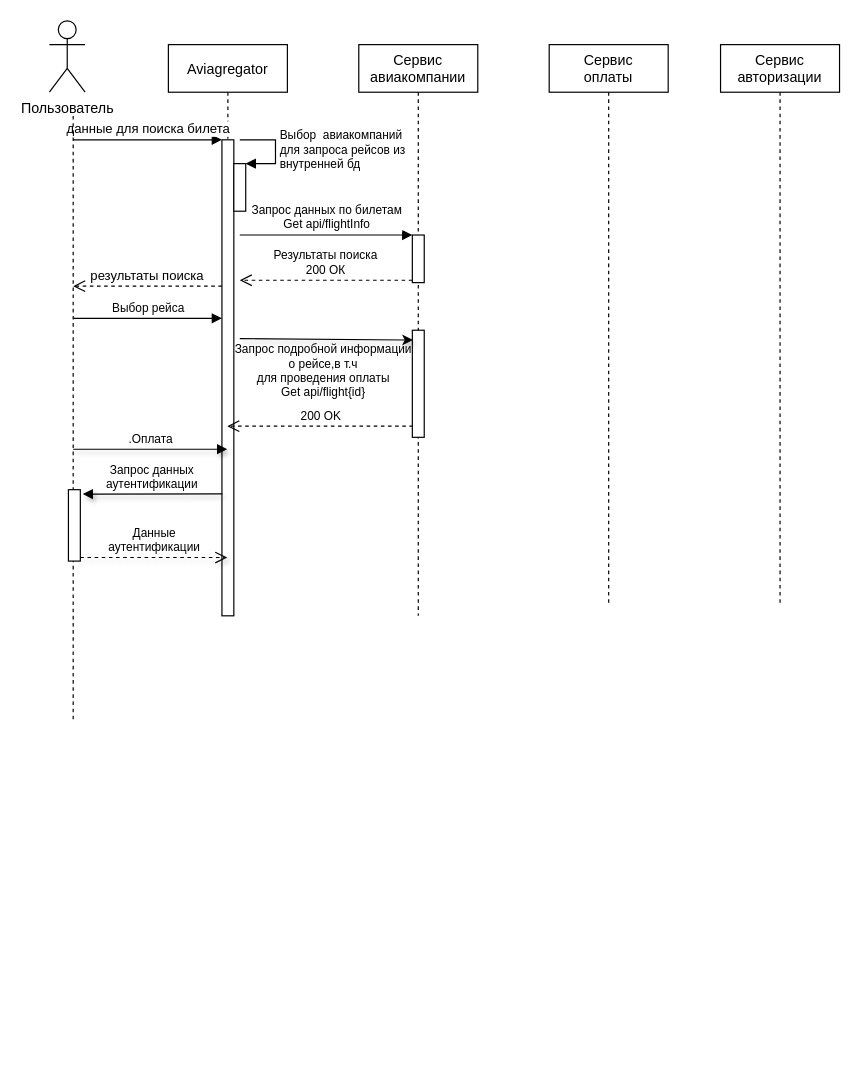
itsatothez/drawio keeps this draw.io diagram as Sequence 1.drawio. Above is the earlier version. Source tidied: cells renumbered, new cells numbered last; positions are measured from the earlier drawing's top-left corner, leaving out a move shared by most shapes. Both pictures are drawn from the tidied source at 119%, with x=0, y=0 at pixel (49, 20).
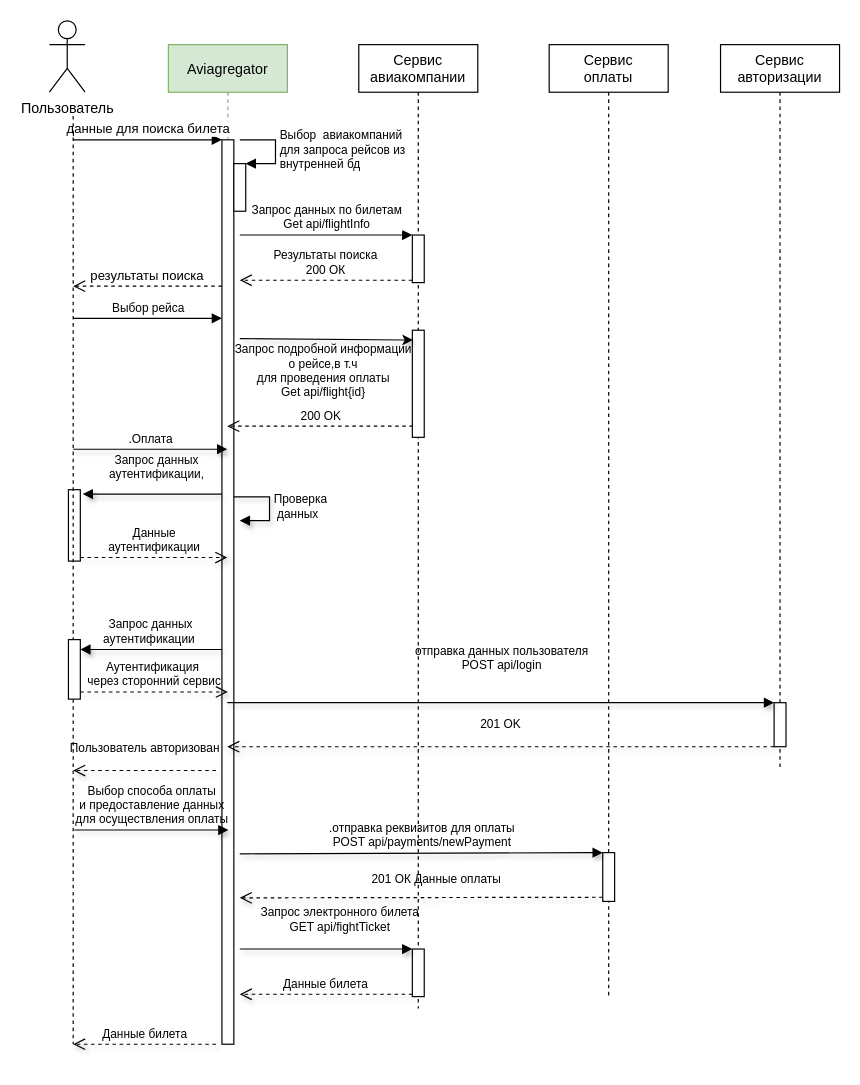
The same page after the edit.

The change refers to these unchanged cells:
```xml
<mxCell id="19" style="html=1;points=[];perimeter=orthogonalPerimeter;fontSize=10;" parent="1" vertex="1">
  <mxGeometry x="16" y="394" width="10" height="60" as="geometry" />
</mxCell>
```

Diff of the diagram source:
```diff
@@
-    <mxCell id="2" value="Aviagregator" style="shape=umlLifeline;perimeter=lifelinePerimeter;rounded=0;shadow=0;strokeWidth=1;" parent="1" vertex="1">
-      <mxGeometry x="100" y="20" width="100" height="480" as="geometry" />
+    <mxCell id="2" value="Aviagregator" style="shape=umlLifeline;perimeter=lifelinePerimeter;rounded=0;shadow=0;strokeWidth=1;fillColor=#d5e8d4;strokeColor=#82b366;" parent="1" vertex="1">
+      <mxGeometry x="100" y="20" width="100" height="840" as="geometry" />
     </mxCell>
     <mxCell id="3" style="html=1;points=[];perimeter=orthogonalPerimeter;" parent="2" vertex="1">
-      <mxGeometry x="45" y="80" width="10" height="400" as="geometry" />
+      <mxGeometry x="45" y="80" width="10" height="760" as="geometry" />
     </mxCell>
@@
+    <mxCell id="24" value="Проверка&amp;nbsp;&lt;br&gt;&amp;nbsp;данных" style="edgeStyle=orthogonalEdgeStyle;html=1;align=left;spacingLeft=2;endArrow=block;rounded=0;entryX=1;entryY=0;shadow=1;labelBackgroundColor=none;sketch=0;fontSize=10;" parent="2" edge="1">
+      <mxGeometry relative="1" as="geometry">
+        <mxPoint x="55" y="380" as="sourcePoint" />
+        <mxPoint x="60" y="400" as="targetPoint" />
+        <Array as="points">
+          <mxPoint x="85" y="380" />
+        </Array>
+      </mxGeometry>
+    </mxCell>
     <mxCell id="9" value="Сервис&#10;оплаты" style="shape=umlLifeline;perimeter=lifelinePerimeter;rounded=0;shadow=0;strokeWidth=1;" parent="1" vertex="1">
-      <mxGeometry x="420" y="20" width="100" height="470" as="geometry" />
+      <mxGeometry x="420" y="20" width="100" height="800" as="geometry" />
     </mxCell>
+    <mxCell id="25" style="html=1;points=[];perimeter=orthogonalPerimeter;fontSize=10;" parent="9" vertex="1">
+      <mxGeometry x="45" y="679" width="10" height="41" as="geometry" />
+    </mxCell>
+    <mxCell id="26" value=".отправка реквизитов для оплаты&lt;br&gt;POST api/payments/newPayment" style="html=1;verticalAlign=bottom;endArrow=block;entryX=0;entryY=0;rounded=0;shadow=1;labelBackgroundColor=none;sketch=0;fontSize=10;" parent="9" edge="1" target="25">
+      <mxGeometry relative="1" as="geometry">
+        <mxPoint x="-260" y="680" as="sourcePoint" />
+        <Array as="points">
+          <mxPoint x="-260" y="680" />
+        </Array>
+      </mxGeometry>
+    </mxCell>
     <mxCell id="10" value="Сервис &#10;авиакомпании" style="shape=umlLifeline;perimeter=lifelinePerimeter;rounded=0;shadow=0;strokeWidth=1;" parent="1" vertex="1">
-      <mxGeometry x="260" y="20" width="100" height="480" as="geometry" />
+      <mxGeometry x="260" y="20" width="100" height="810" as="geometry" />
     </mxCell>
@@
+    <mxCell id="27" style="html=1;points=[];perimeter=orthogonalPerimeter;fontSize=10;" parent="10" vertex="1">
+      <mxGeometry x="45" y="760" width="10" height="40" as="geometry" />
+    </mxCell>
@@
-    <mxCell id="14" style="endArrow=none;dashed=1;endFill=0;html=1;rounded=0;" parent="1" edge="1">
+    <mxCell id="14" style="endArrow=none;dashed=1;endFill=0;html=1;rounded=0;startArrow=none;" parent="1" edge="1" source="31">
       <mxGeometry relative="1" as="geometry">
-        <mxPoint x="20" y="80" as="sourcePoint" />
-        <mxPoint x="20" y="590" as="targetPoint" />
+        <mxPoint x="20" y="860" as="targetPoint" />
       </mxGeometry>
     </mxCell>
@@
-    <mxCell id="20" value="Запрос данных&lt;br&gt;аутентификации" style="html=1;verticalAlign=bottom;endArrow=block;entryX=1.2;entryY=0.061;rounded=0;shadow=1;labelBackgroundColor=none;sketch=0;fontSize=10;entryDx=0;entryDy=0;entryPerimeter=0;exitX=0.033;exitY=0.744;exitDx=0;exitDy=0;exitPerimeter=0;" parent="1" edge="1" source="3" target="19">
-      <mxGeometry relative="1" as="geometry" />
+    <mxCell id="20" value="Запрос данных&lt;br&gt;аутентификации," style="html=1;verticalAlign=bottom;endArrow=block;entryX=1.2;entryY=0.061;rounded=0;shadow=1;labelBackgroundColor=none;sketch=0;fontSize=10;entryDx=0;entryDy=0;entryPerimeter=0;" parent="1" edge="1" source="3" target="19">
+      <mxGeometry x="-0.06" y="-8" relative="1" as="geometry" />
     </mxCell>
@@
     <mxCell id="22" value="Сервис &#10;авторизации" style="shape=umlLifeline;perimeter=lifelinePerimeter;rounded=0;shadow=0;strokeWidth=1;" parent="1" vertex="1">
-      <mxGeometry x="564" y="20" width="100" height="470" as="geometry" />
+      <mxGeometry x="564" y="20" width="100" height="610" as="geometry" />
     </mxCell>
+    <mxCell id="28" style="html=1;points=[];perimeter=orthogonalPerimeter;fontSize=10;" parent="22" vertex="1">
+      <mxGeometry x="45" y="553" width="10" height="37" as="geometry" />
+    </mxCell>
+    <mxCell id="29" value="201 OK" style="html=1;verticalAlign=bottom;endArrow=open;dashed=1;endSize=8;exitX=0;exitY=0.95;rounded=0;shadow=1;labelBackgroundColor=none;sketch=0;fontSize=10;" parent="22" edge="1" target="2">
+      <mxGeometry y="-10" relative="1" as="geometry">
+        <mxPoint x="45" y="590" as="sourcePoint" />
+      </mxGeometry>
+    </mxCell>
@@
+    <mxCell id="30" value="Запрос данных&lt;br&gt;аутентификации&amp;nbsp;" style="html=1;verticalAlign=bottom;endArrow=block;rounded=0;shadow=1;labelBackgroundColor=none;sketch=0;fontSize=10;exitX=0.033;exitY=0.885;exitDx=0;exitDy=0;exitPerimeter=0;" parent="1" edge="1">
+      <mxGeometry relative="1" as="geometry">
+        <mxPoint x="145.3" y="528.3" as="sourcePoint" />
+        <mxPoint x="26" y="528.3" as="targetPoint" />
+      </mxGeometry>
+    </mxCell>
+    <mxCell id="31" style="html=1;points=[];perimeter=orthogonalPerimeter;fontSize=10;" parent="1" vertex="1">
+      <mxGeometry x="16" y="520" width="10" height="50" as="geometry" />
+    </mxCell>
+    <mxCell id="32" value="Аутентификация&amp;nbsp;&lt;br&gt;через сторонний сервис" style="html=1;verticalAlign=bottom;endArrow=open;dashed=1;endSize=8;rounded=0;shadow=1;labelBackgroundColor=none;sketch=0;fontSize=10;" parent="1" edge="1">
+      <mxGeometry relative="1" as="geometry">
+        <mxPoint x="26" y="564" as="sourcePoint" />
+        <mxPoint x="150" y="564" as="targetPoint" />
+      </mxGeometry>
+    </mxCell>
+    <mxCell id="33" style="endArrow=none;dashed=1;endFill=0;html=1;rounded=0;" parent="1" edge="1" target="31">
+      <mxGeometry relative="1" as="geometry">
+        <mxPoint x="20" y="80" as="sourcePoint" />
+      </mxGeometry>
+    </mxCell>
+    <mxCell id="34" value="отправка данных пользователя&lt;br&gt;POST api/login" style="html=1;verticalAlign=bottom;endArrow=block;entryX=0;entryY=0;rounded=0;shadow=1;labelBackgroundColor=none;sketch=0;fontSize=10;" parent="1" edge="1" target="28">
+      <mxGeometry y="23" relative="1" as="geometry">
+        <mxPoint x="149.5" y="573" as="sourcePoint" />
+      </mxGeometry>
+    </mxCell>
+    <mxCell id="35" value="Пользователь авторизован" style="html=1;verticalAlign=bottom;endArrow=open;dashed=1;endSize=8;rounded=0;shadow=1;labelBackgroundColor=none;sketch=0;fontSize=10;" parent="1" edge="1">
+      <mxGeometry y="-10" relative="1" as="geometry">
+        <mxPoint x="140" y="630" as="sourcePoint" />
+        <mxPoint x="20" y="630" as="targetPoint" />
+      </mxGeometry>
+    </mxCell>
+    <mxCell id="36" value="Выбор способа оплаты &lt;br&gt;и предоставление данных &lt;br&gt;для осуществления оплаты" style="html=1;verticalAlign=bottom;endArrow=block;rounded=0;shadow=1;labelBackgroundColor=none;sketch=0;fontSize=10;" parent="1" edge="1">
+      <mxGeometry relative="1" as="geometry">
+        <mxPoint x="21" y="680" as="sourcePoint" />
+        <mxPoint x="150.5" y="680" as="targetPoint" />
+      </mxGeometry>
+    </mxCell>
+    <mxCell id="37" value="201 ОК Данные оплаты" style="html=1;verticalAlign=bottom;endArrow=open;dashed=1;endSize=8;rounded=0;shadow=1;labelBackgroundColor=none;sketch=0;fontSize=10;" parent="1" edge="1">
+      <mxGeometry x="-0.08" y="-6" relative="1" as="geometry">
+        <mxPoint x="465" y="736.5" as="sourcePoint" />
+        <mxPoint x="160" y="737" as="targetPoint" />
+        <mxPoint y="-1" as="offset" />
+      </mxGeometry>
+    </mxCell>
+    <mxCell id="38" value="Данные билета" style="html=1;verticalAlign=bottom;endArrow=open;dashed=1;endSize=8;exitX=0;exitY=0.95;rounded=0;shadow=1;labelBackgroundColor=none;sketch=0;fontSize=10;" parent="1" edge="1" source="27">
+      <mxGeometry relative="1" as="geometry">
+        <mxPoint x="160" y="818" as="targetPoint" />
+      </mxGeometry>
+    </mxCell>
+    <mxCell id="39" value="Запрос электронного билета&lt;br&gt;GET api/fightTicket" style="html=1;verticalAlign=bottom;endArrow=block;entryX=0;entryY=0;rounded=0;shadow=1;labelBackgroundColor=none;sketch=0;fontSize=10;" parent="1" edge="1" target="27">
+      <mxGeometry x="0.16" y="10" relative="1" as="geometry">
+        <mxPoint x="160" y="780" as="sourcePoint" />
+      </mxGeometry>
+    </mxCell>
+    <mxCell id="40" value="Данные билета" style="html=1;verticalAlign=bottom;endArrow=open;dashed=1;endSize=8;rounded=0;shadow=1;labelBackgroundColor=none;sketch=0;fontSize=10;" parent="1" edge="1">
+      <mxGeometry relative="1" as="geometry">
+        <mxPoint x="140" y="860" as="sourcePoint" />
+        <mxPoint x="20" y="860" as="targetPoint" />
+      </mxGeometry>
+    </mxCell>
```
